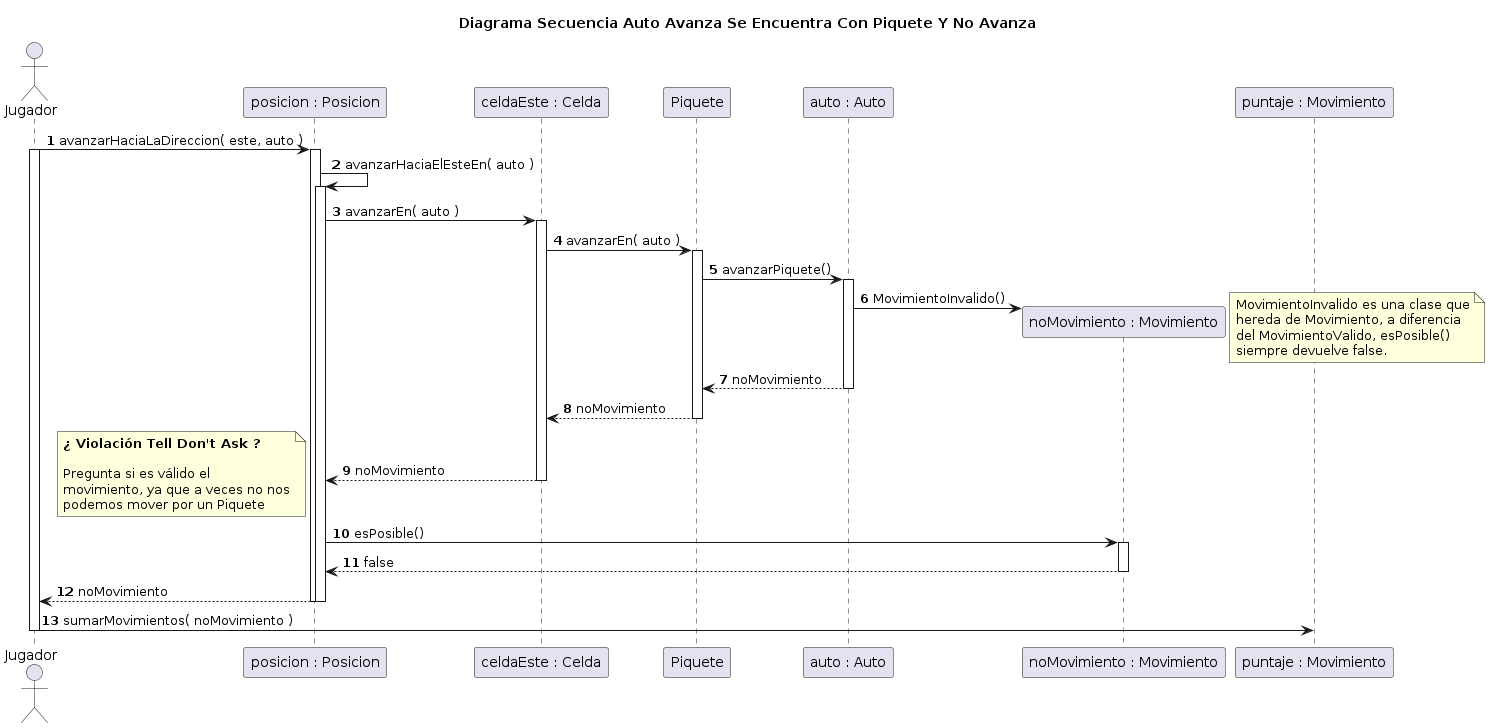
rodrigovzq/algo3_tp2 keeps this PlantUML diagram as diagrams/borradores/v2/img/DiagramaSecuenciaCasoConPiqueteEnAuto.png. Above is the earlier version. Source of this version:
```plantuml
@startuml
title Diagrama Secuencia Auto Avanza Se Encuentra Con Piquete Y No Avanza

autonumber

actor Jugador

Jugador -> "posicion : Posicion"++: avanzarHaciaLaDireccion( este, auto )

activate Jugador
"posicion : Posicion" -> "posicion : Posicion"++: avanzarHaciaElEsteEn( auto )


"posicion : Posicion" -> "celdaEste : Celda"++: avanzarEn( auto )


"celdaEste : Celda" -> Piquete++: avanzarEn( auto )
Piquete -> "auto : Auto"++: avanzarPiquete()
create "noMovimiento : Movimiento"
"auto : Auto" -> "noMovimiento : Movimiento": MovimientoInvalido()

note right
    MovimientoInvalido es una clase que
    hereda de Movimiento, a diferencia
    del MovimientoValido, esPosible()
    siempre devuelve false.
end note

"auto : Auto" --> Piquete: noMovimiento
deactivate "auto : Auto"
Piquete --> "celdaEste : Celda": noMovimiento
deactivate Piquete
"celdaEste : Celda" --> "posicion : Posicion": noMovimiento
deactivate "celdaEste : Celda"

note left
**¿ Violación Tell Don't Ask ?**

Pregunta si es válido el
movimiento, ya que a veces no nos
podemos mover por un Piquete
end note

"noMovimiento : Movimiento" <- "posicion : Posicion"++: esPosible()
"noMovimiento : Movimiento" --> "posicion : Posicion": false
deactivate "noMovimiento : Movimiento"

"posicion : Posicion" --> Jugador--: noMovimiento
deactivate "posicion : Posicion"
deactivate "posicion : Posicion"

Jugador -> "puntaje : Movimiento": sumarMovimientos( noMovimiento )
deactivate Jugador

@enduml
```
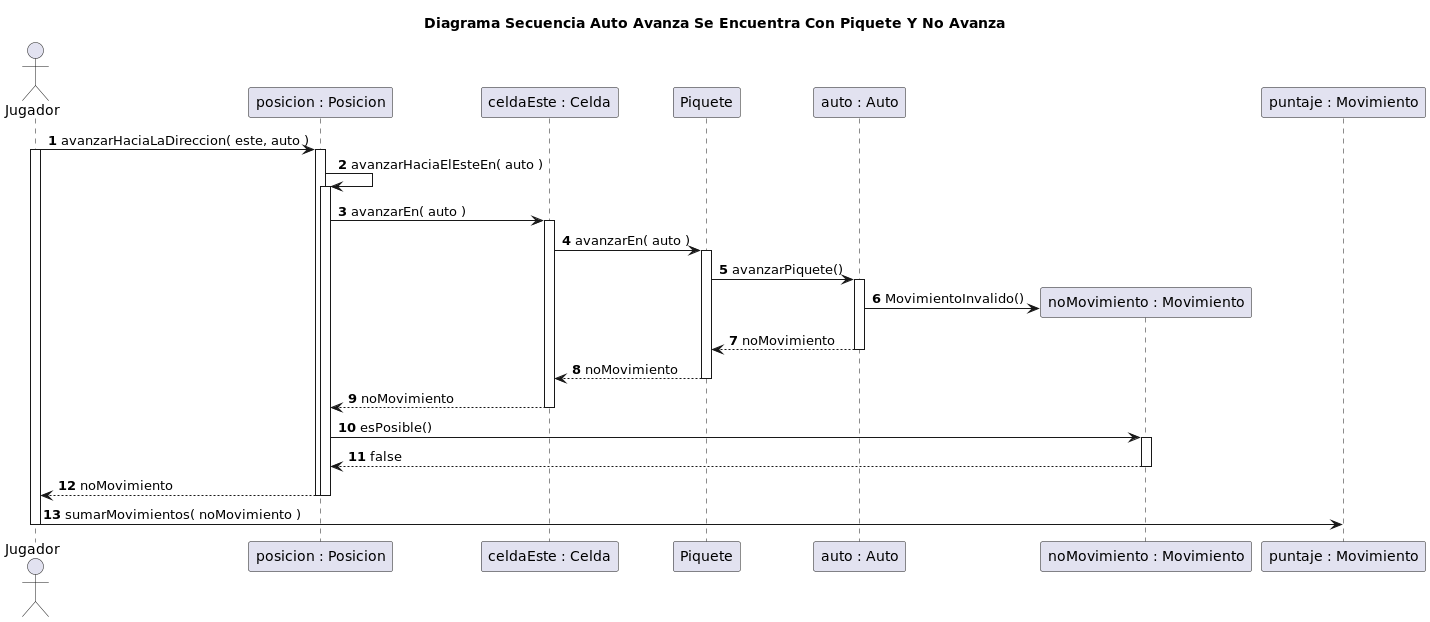
Above is the later version.

Change to the diagram source:
```diff
@@ -19,12 +19,6 @@
 create "noMovimiento : Movimiento"
 "auto : Auto" -> "noMovimiento : Movimiento": MovimientoInvalido()
 
-note right
-    MovimientoInvalido es una clase que
-    hereda de Movimiento, a diferencia
-    del MovimientoValido, esPosible()
-    siempre devuelve false.
-end note
 
 "auto : Auto" --> Piquete: noMovimiento
 deactivate "auto : Auto"
@@ -33,13 +27,6 @@
 "celdaEste : Celda" --> "posicion : Posicion": noMovimiento
 deactivate "celdaEste : Celda"
 
-note left
-**¿ Violación Tell Don't Ask ?**
-
-Pregunta si es válido el
-movimiento, ya que a veces no nos
-podemos mover por un Piquete
-end note
 
 "noMovimiento : Movimiento" <- "posicion : Posicion"++: esPosible()
 "noMovimiento : Movimiento" --> "posicion : Posicion": false
```
